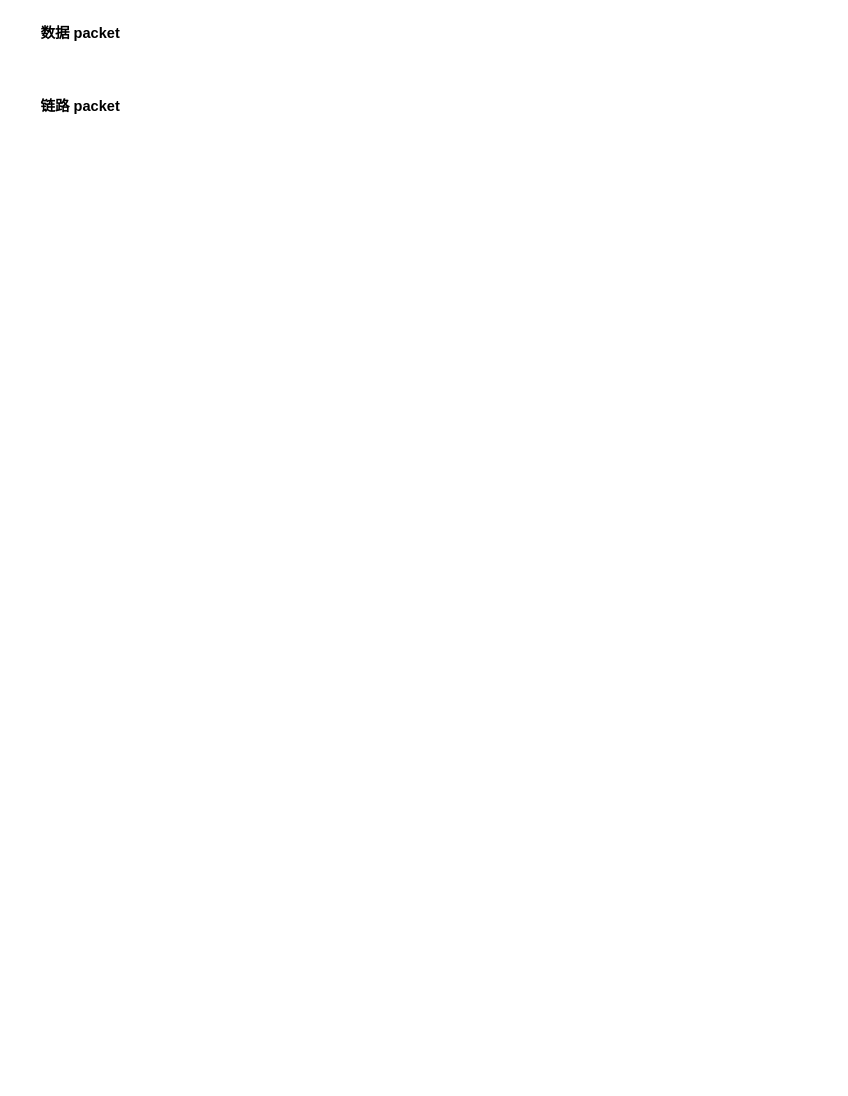
Earlier version of the draw.io diagram page "Page-2" (2 of 2) of RDMA_network.drawio (wehyy/my-world). Source tidied: cells renumbered, new cells numbered last; positions are measured from the earlier drawing's top-left corner, leaving out a move shared by most shapes. Both pictures are drawn from the tidied source at 104%, with x=0, y=0 at pixel (18, 18).
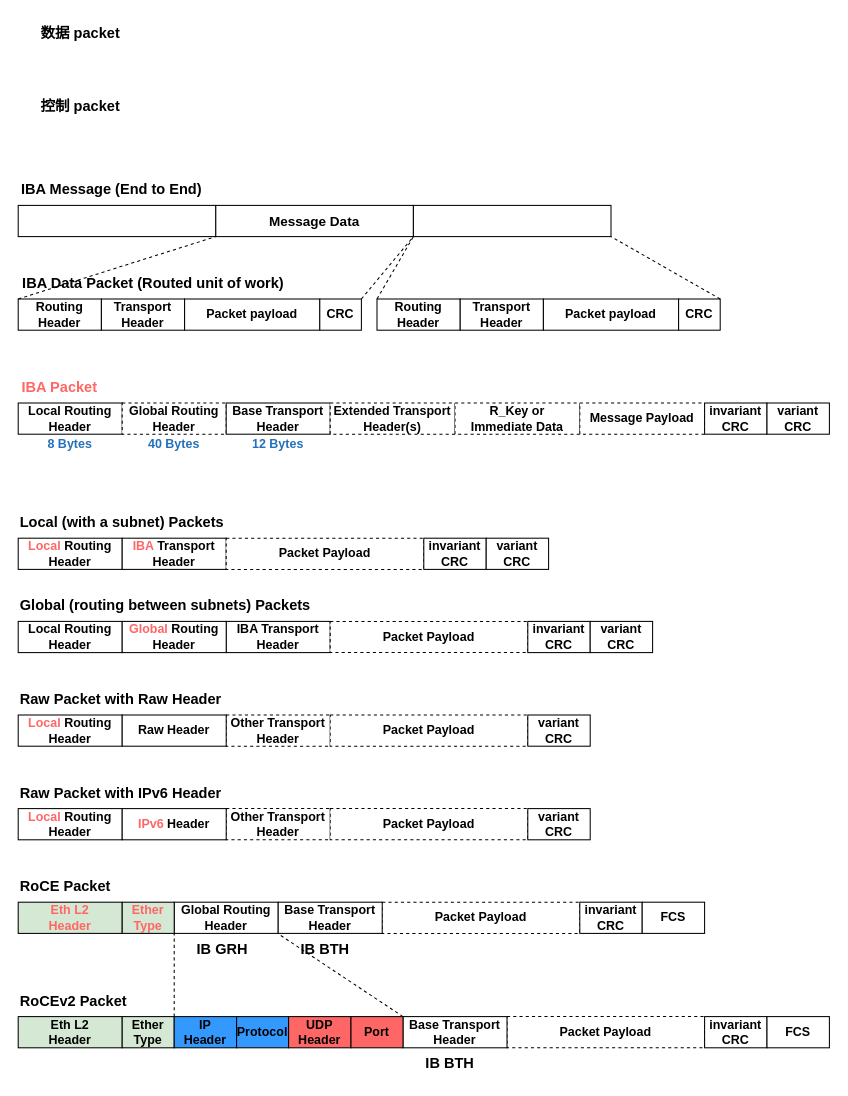
The same page after the edit.

What changed in the source:
```diff
@@
-    <mxCell id="3" value="&lt;b&gt;&lt;font style=&quot;font-size: 14px;&quot;&gt;链路 packet&lt;/font&gt;&lt;/b&gt;" style="text;html=1;strokeColor=none;fillColor=none;align=center;verticalAlign=middle;whiteSpace=wrap;rounded=0;" parent="1" vertex="1">
+    <mxCell id="3" value="&lt;b&gt;&lt;font style=&quot;font-size: 14px;&quot;&gt;控制 packet&lt;/font&gt;&lt;/b&gt;" style="text;html=1;strokeColor=none;fillColor=none;align=center;verticalAlign=middle;whiteSpace=wrap;rounded=0;" parent="1" vertex="1">
       <mxGeometry y="70" width="120" height="30" as="geometry" />
     </mxCell>
+    <mxCell id="4" value="&lt;span style=&quot;font-size: 14px;&quot;&gt;&lt;b&gt;IBA Message (End to End)&lt;/b&gt;&lt;/span&gt;" style="text;html=1;strokeColor=none;fillColor=none;align=center;verticalAlign=middle;whiteSpace=wrap;rounded=0;" parent="1" vertex="1">
+      <mxGeometry y="150" width="180" height="30" as="geometry" />
+    </mxCell>
+    <mxCell id="5" style="group;" parent="1" vertex="1">
+      <mxGeometry y="180" width="570" height="30" as="geometry" />
+    </mxCell>
+    <mxCell id="6" style="rounded=0;whiteSpace=wrap;html=1;" parent="5" vertex="1">
+      <mxGeometry width="190" height="30" as="geometry" />
+    </mxCell>
+    <mxCell id="7" style="rounded=0;whiteSpace=wrap;html=1;" parent="5" vertex="1">
+      <mxGeometry x="190" width="190" height="30" as="geometry" />
+    </mxCell>
+    <mxCell id="8" style="rounded=0;whiteSpace=wrap;html=1;" parent="5" vertex="1">
+      <mxGeometry x="380" width="190" height="30" as="geometry" />
+    </mxCell>
+    <mxCell id="9" value="&lt;b style=&quot;&quot;&gt;&lt;font style=&quot;font-size: 13px;&quot;&gt;Message Data&lt;/font&gt;&lt;/b&gt;" style="text;html=1;strokeColor=none;fillColor=none;align=center;verticalAlign=middle;whiteSpace=wrap;rounded=0;" parent="5" vertex="1">
+      <mxGeometry x="195" width="180" height="30" as="geometry" />
+    </mxCell>
+    <mxCell id="10" value="&lt;span style=&quot;font-size: 14px;&quot;&gt;&lt;b&gt;IBA Data Packet (Routed unit of work)&lt;/b&gt;&lt;/span&gt;" style="text;html=1;strokeColor=none;fillColor=none;align=center;verticalAlign=middle;whiteSpace=wrap;rounded=0;" parent="1" vertex="1">
+      <mxGeometry y="240" width="260" height="30" as="geometry" />
+    </mxCell>
+    <mxCell id="11" style="group;" parent="1" vertex="1">
+      <mxGeometry y="270" width="330" height="30" as="geometry" />
+    </mxCell>
+    <mxCell id="12" value="&lt;b&gt;Routing&lt;br&gt;Header&lt;/b&gt;" style="rounded=0;whiteSpace=wrap;html=1;" parent="11" vertex="1">
+      <mxGeometry width="80" height="30" as="geometry" />
+    </mxCell>
+    <mxCell id="13" value="&lt;b&gt;Transport&lt;br&gt;Header&lt;/b&gt;" style="rounded=0;whiteSpace=wrap;html=1;" parent="11" vertex="1">
+      <mxGeometry x="80" width="80" height="30" as="geometry" />
+    </mxCell>
+    <mxCell id="14" value="&lt;b&gt;Packet payload&lt;/b&gt;" style="rounded=0;whiteSpace=wrap;html=1;" parent="11" vertex="1">
+      <mxGeometry x="160" width="130" height="30" as="geometry" />
+    </mxCell>
+    <mxCell id="15" value="&lt;b&gt;CRC&lt;/b&gt;" style="rounded=0;whiteSpace=wrap;html=1;" parent="11" vertex="1">
+      <mxGeometry x="290" width="40" height="30" as="geometry" />
+    </mxCell>
+    <mxCell id="16" style="group;" parent="1" vertex="1">
+      <mxGeometry x="345" y="270" width="330" height="30" as="geometry" />
+    </mxCell>
+    <mxCell id="17" value="&lt;b&gt;Routing&lt;br&gt;Header&lt;/b&gt;" style="rounded=0;whiteSpace=wrap;html=1;" parent="16" vertex="1">
+      <mxGeometry width="80" height="30" as="geometry" />
+    </mxCell>
+    <mxCell id="18" value="&lt;b&gt;Transport&lt;br&gt;Header&lt;/b&gt;" style="rounded=0;whiteSpace=wrap;html=1;" parent="16" vertex="1">
+      <mxGeometry x="80" width="80" height="30" as="geometry" />
+    </mxCell>
+    <mxCell id="19" value="&lt;b&gt;Packet payload&lt;/b&gt;" style="rounded=0;whiteSpace=wrap;html=1;" parent="16" vertex="1">
+      <mxGeometry x="160" width="130" height="30" as="geometry" />
+    </mxCell>
+    <mxCell id="20" value="&lt;b&gt;CRC&lt;/b&gt;" style="rounded=0;whiteSpace=wrap;html=1;" parent="16" vertex="1">
+      <mxGeometry x="290" width="40" height="30" as="geometry" />
+    </mxCell>
+    <mxCell id="21" style="endArrow=none;dashed=1;html=1;rounded=0;exitX=0;exitY=0;exitDx=0;exitDy=0;" parent="1" edge="1" source="12">
+      <mxGeometry relative="1" as="geometry">
+        <mxPoint x="190" y="210" as="targetPoint" />
+      </mxGeometry>
+    </mxCell>
+    <mxCell id="22" style="endArrow=none;dashed=1;html=1;rounded=0;exitX=1;exitY=0;exitDx=0;exitDy=0;" parent="1" edge="1" source="15">
+      <mxGeometry relative="1" as="geometry">
+        <mxPoint x="380" y="210" as="targetPoint" />
+      </mxGeometry>
+    </mxCell>
+    <mxCell id="23" style="endArrow=none;dashed=1;html=1;rounded=0;exitX=0;exitY=0;exitDx=0;exitDy=0;" parent="1" edge="1" source="17">
+      <mxGeometry relative="1" as="geometry">
+        <mxPoint x="380" y="210" as="targetPoint" />
+      </mxGeometry>
+    </mxCell>
+    <mxCell id="24" style="endArrow=none;dashed=1;html=1;rounded=0;exitX=1;exitY=0;exitDx=0;exitDy=0;" parent="1" edge="1" source="20">
+      <mxGeometry relative="1" as="geometry">
+        <mxPoint x="570" y="210" as="targetPoint" />
+      </mxGeometry>
+    </mxCell>
+    <mxCell id="25" style="group;" parent="1" vertex="1">
+      <mxGeometry y="370" width="780" height="30" as="geometry" />
+    </mxCell>
+    <mxCell id="26" value="&lt;b&gt;Local Routing&lt;br&gt;Header&lt;/b&gt;" style="rounded=0;whiteSpace=wrap;html=1;" parent="25" vertex="1">
+      <mxGeometry width="100" height="30" as="geometry" />
+    </mxCell>
+    <mxCell id="27" value="&lt;b&gt;Global Routing&lt;br&gt;Header&lt;/b&gt;" style="rounded=0;whiteSpace=wrap;html=1;dashed=1;" parent="25" vertex="1">
+      <mxGeometry x="100" width="100" height="30" as="geometry" />
+    </mxCell>
+    <mxCell id="28" value="&lt;b&gt;Base Transport&lt;br&gt;Header&lt;/b&gt;" style="rounded=0;whiteSpace=wrap;html=1;" parent="25" vertex="1">
+      <mxGeometry x="200" width="100" height="30" as="geometry" />
+    </mxCell>
+    <mxCell id="29" value="&lt;b&gt;Extended Transport&lt;br&gt;Header(s)&lt;/b&gt;" style="rounded=0;whiteSpace=wrap;html=1;dashed=1;" parent="25" vertex="1">
+      <mxGeometry x="300" width="120" height="30" as="geometry" />
+    </mxCell>
+    <mxCell id="30" value="&lt;b&gt;R_Key or &lt;br&gt;Immediate Data&lt;/b&gt;" style="rounded=0;whiteSpace=wrap;html=1;dashed=1;" parent="25" vertex="1">
+      <mxGeometry x="420" width="120" height="30" as="geometry" />
+    </mxCell>
+    <mxCell id="31" value="&lt;b&gt;Message Payload&lt;/b&gt;" style="rounded=0;whiteSpace=wrap;html=1;dashed=1;" parent="25" vertex="1">
+      <mxGeometry x="540" width="120" height="30" as="geometry" />
+    </mxCell>
+    <mxCell id="32" value="&lt;b&gt;invariant&lt;br&gt;CRC&lt;br&gt;&lt;/b&gt;" style="rounded=0;whiteSpace=wrap;html=1;" parent="25" vertex="1">
+      <mxGeometry x="660" width="60" height="30" as="geometry" />
+    </mxCell>
+    <mxCell id="33" value="&lt;b&gt;variant&lt;br&gt;CRC&lt;br&gt;&lt;/b&gt;" style="rounded=0;whiteSpace=wrap;html=1;" parent="25" vertex="1">
+      <mxGeometry x="720" width="60" height="30" as="geometry" />
+    </mxCell>
+    <mxCell id="34" value="&lt;span style=&quot;font-size: 14px;&quot;&gt;&lt;b&gt;&lt;font color=&quot;#ff6666&quot;&gt;IBA Packet&lt;/font&gt;&lt;/b&gt;&lt;/span&gt;" style="text;html=1;strokeColor=none;fillColor=none;align=center;verticalAlign=middle;whiteSpace=wrap;rounded=0;" parent="1" vertex="1">
+      <mxGeometry y="340" width="80" height="30" as="geometry" />
+    </mxCell>
+    <mxCell id="35" value="&lt;span style=&quot;font-size: 14px;&quot;&gt;&lt;b&gt;Local (with a subnet) Packets&lt;/b&gt;&lt;/span&gt;" style="text;html=1;strokeColor=none;fillColor=none;align=center;verticalAlign=middle;whiteSpace=wrap;rounded=0;" parent="1" vertex="1">
+      <mxGeometry y="470" width="200" height="30" as="geometry" />
+    </mxCell>
+    <mxCell id="36" value="&lt;span style=&quot;font-size: 14px;&quot;&gt;&lt;b&gt;Global (routing between subnets) Packets&lt;/b&gt;&lt;/span&gt;" style="text;html=1;strokeColor=none;fillColor=none;align=left;verticalAlign=middle;whiteSpace=wrap;rounded=0;" parent="1" vertex="1">
+      <mxGeometry y="550" width="300" height="30" as="geometry" />
+    </mxCell>
+    <mxCell id="37" style="group;" parent="1" vertex="1">
+      <mxGeometry y="500" width="510" height="30" as="geometry" />
+    </mxCell>
+    <mxCell id="38" value="&lt;b&gt;&lt;font color=&quot;#ff6666&quot;&gt;Local&lt;/font&gt; Routing&lt;br&gt;Header&lt;/b&gt;" style="rounded=0;whiteSpace=wrap;html=1;" parent="37" vertex="1">
+      <mxGeometry width="100" height="30" as="geometry" />
+    </mxCell>
+    <mxCell id="39" value="&lt;b&gt;&lt;font color=&quot;#ff6666&quot;&gt;IBA&lt;/font&gt; Transport&lt;br&gt;Header&lt;/b&gt;" style="rounded=0;whiteSpace=wrap;html=1;" parent="37" vertex="1">
+      <mxGeometry x="100" width="100" height="30" as="geometry" />
+    </mxCell>
+    <mxCell id="40" value="&lt;b&gt;Packet Payload&lt;/b&gt;" style="rounded=0;whiteSpace=wrap;html=1;dashed=1;" parent="37" vertex="1">
+      <mxGeometry x="200" width="190" height="30" as="geometry" />
+    </mxCell>
+    <mxCell id="41" value="&lt;b&gt;invariant&lt;br&gt;CRC&lt;br&gt;&lt;/b&gt;" style="rounded=0;whiteSpace=wrap;html=1;" parent="37" vertex="1">
+      <mxGeometry x="390" width="60" height="30" as="geometry" />
+    </mxCell>
+    <mxCell id="42" value="&lt;b&gt;variant&lt;br&gt;CRC&lt;br&gt;&lt;/b&gt;" style="rounded=0;whiteSpace=wrap;html=1;" parent="37" vertex="1">
+      <mxGeometry x="450" width="60" height="30" as="geometry" />
+    </mxCell>
+    <mxCell id="43" value="&lt;span style=&quot;font-size: 14px;&quot;&gt;&lt;b&gt;Raw Packet with Raw Header&lt;/b&gt;&lt;/span&gt;" style="text;html=1;strokeColor=none;fillColor=none;align=left;verticalAlign=middle;whiteSpace=wrap;rounded=0;" parent="1" vertex="1">
+      <mxGeometry y="640" width="300" height="30" as="geometry" />
+    </mxCell>
+    <mxCell id="44" value="&lt;span style=&quot;font-size: 14px;&quot;&gt;&lt;b&gt;Raw Packet with IPv6 Header&lt;/b&gt;&lt;/span&gt;" style="text;html=1;strokeColor=none;fillColor=none;align=left;verticalAlign=middle;whiteSpace=wrap;rounded=0;" parent="1" vertex="1">
+      <mxGeometry y="730" width="300" height="30" as="geometry" />
+    </mxCell>
+    <mxCell id="45" style="group;" parent="1" vertex="1">
+      <mxGeometry y="670" width="550" height="30" as="geometry" />
+    </mxCell>
+    <mxCell id="46" value="&lt;b&gt;&lt;font color=&quot;#ff6666&quot;&gt;Local&lt;/font&gt; Routing&lt;br&gt;Header&lt;/b&gt;" style="rounded=0;whiteSpace=wrap;html=1;" parent="45" vertex="1">
+      <mxGeometry width="100" height="30" as="geometry" />
+    </mxCell>
+    <mxCell id="47" value="&lt;b&gt;Other Transport&lt;br&gt;Header&lt;/b&gt;" style="rounded=0;whiteSpace=wrap;html=1;dashed=1;" parent="45" vertex="1">
+      <mxGeometry x="200" width="100" height="30" as="geometry" />
+    </mxCell>
+    <mxCell id="48" value="&lt;b&gt;Packet Payload&lt;/b&gt;" style="rounded=0;whiteSpace=wrap;html=1;dashed=1;" parent="45" vertex="1">
+      <mxGeometry x="300" width="190" height="30" as="geometry" />
+    </mxCell>
+    <mxCell id="49" value="&lt;b&gt;variant&lt;br&gt;CRC&lt;br&gt;&lt;/b&gt;" style="rounded=0;whiteSpace=wrap;html=1;" parent="45" vertex="1">
+      <mxGeometry x="490" width="60" height="30" as="geometry" />
+    </mxCell>
+    <mxCell id="50" value="&lt;b&gt;Raw&amp;nbsp;Header&lt;/b&gt;" style="rounded=0;whiteSpace=wrap;html=1;" parent="45" vertex="1">
+      <mxGeometry x="100" width="100" height="30" as="geometry" />
+    </mxCell>
+    <mxCell id="51" style="group;" parent="1" vertex="1">
+      <mxGeometry y="760" width="550" height="30" as="geometry" />
+    </mxCell>
+    <mxCell id="52" value="&lt;b&gt;&lt;font color=&quot;#ff6666&quot;&gt;Local&lt;/font&gt; Routing&lt;br&gt;Header&lt;/b&gt;" style="rounded=0;whiteSpace=wrap;html=1;" parent="51" vertex="1">
+      <mxGeometry width="100" height="30" as="geometry" />
+    </mxCell>
+    <mxCell id="53" value="&lt;b&gt;Other Transport&lt;br&gt;Header&lt;/b&gt;" style="rounded=0;whiteSpace=wrap;html=1;dashed=1;" parent="51" vertex="1">
+      <mxGeometry x="200" width="100" height="30" as="geometry" />
+    </mxCell>
+    <mxCell id="54" value="&lt;b&gt;Packet Payload&lt;/b&gt;" style="rounded=0;whiteSpace=wrap;html=1;dashed=1;" parent="51" vertex="1">
+      <mxGeometry x="300" width="190" height="30" as="geometry" />
+    </mxCell>
+    <mxCell id="55" value="&lt;b&gt;variant&lt;br&gt;CRC&lt;br&gt;&lt;/b&gt;" style="rounded=0;whiteSpace=wrap;html=1;" parent="51" vertex="1">
+      <mxGeometry x="490" width="60" height="30" as="geometry" />
+    </mxCell>
+    <mxCell id="56" value="&lt;b&gt;&lt;font color=&quot;#ff6666&quot;&gt;IPv6&lt;/font&gt; Header&lt;/b&gt;" style="rounded=0;whiteSpace=wrap;html=1;" parent="51" vertex="1">
+      <mxGeometry x="100" width="100" height="30" as="geometry" />
+    </mxCell>
+    <mxCell id="57" style="group;" parent="1" vertex="1">
+      <mxGeometry y="580" width="610" height="30" as="geometry" />
+    </mxCell>
+    <mxCell id="58" value="&lt;b&gt;Local Routing&lt;br&gt;Header&lt;/b&gt;" style="rounded=0;whiteSpace=wrap;html=1;" parent="57" vertex="1">
+      <mxGeometry width="100" height="30" as="geometry" />
+    </mxCell>
+    <mxCell id="59" value="&lt;b&gt;IBA Transport&lt;br&gt;Header&lt;/b&gt;" style="rounded=0;whiteSpace=wrap;html=1;" parent="57" vertex="1">
+      <mxGeometry x="200" width="100" height="30" as="geometry" />
+    </mxCell>
+    <mxCell id="60" value="&lt;b&gt;Packet Payload&lt;/b&gt;" style="rounded=0;whiteSpace=wrap;html=1;dashed=1;" parent="57" vertex="1">
+      <mxGeometry x="300" width="190" height="30" as="geometry" />
+    </mxCell>
+    <mxCell id="61" value="&lt;b&gt;invariant&lt;br&gt;CRC&lt;br&gt;&lt;/b&gt;" style="rounded=0;whiteSpace=wrap;html=1;" parent="57" vertex="1">
+      <mxGeometry x="490" width="60" height="30" as="geometry" />
+    </mxCell>
+    <mxCell id="62" value="&lt;b&gt;variant&lt;br&gt;CRC&lt;br&gt;&lt;/b&gt;" style="rounded=0;whiteSpace=wrap;html=1;" parent="57" vertex="1">
+      <mxGeometry x="550" width="60" height="30" as="geometry" />
+    </mxCell>
+    <mxCell id="63" value="&lt;b&gt;&lt;font color=&quot;#ff6666&quot;&gt;Global&lt;/font&gt; Routing&lt;br&gt;Header&lt;/b&gt;" style="rounded=0;whiteSpace=wrap;html=1;" parent="57" vertex="1">
+      <mxGeometry x="100" width="100" height="30" as="geometry" />
+    </mxCell>
+    <mxCell id="64" value="&lt;b&gt;&lt;font color=&quot;#2570ba&quot;&gt;8 Bytes&lt;/font&gt;&lt;/b&gt;" style="text;html=1;strokeColor=none;fillColor=none;align=center;verticalAlign=middle;whiteSpace=wrap;rounded=0;" parent="1" vertex="1">
+      <mxGeometry x="20" y="400" width="60" height="20" as="geometry" />
+    </mxCell>
+    <mxCell id="65" value="&lt;b&gt;&lt;font color=&quot;#2570ba&quot;&gt;40 Bytes&lt;/font&gt;&lt;/b&gt;" style="text;html=1;strokeColor=none;fillColor=none;align=center;verticalAlign=middle;whiteSpace=wrap;rounded=0;" parent="1" vertex="1">
+      <mxGeometry x="120" y="400" width="60" height="20" as="geometry" />
+    </mxCell>
+    <mxCell id="66" value="&lt;b&gt;&lt;font color=&quot;#2570ba&quot;&gt;12 Bytes&lt;/font&gt;&lt;/b&gt;" style="text;html=1;strokeColor=none;fillColor=none;align=center;verticalAlign=middle;whiteSpace=wrap;rounded=0;" parent="1" vertex="1">
+      <mxGeometry x="220" y="400" width="60" height="20" as="geometry" />
+    </mxCell>
+    <mxCell id="67" value="&lt;span style=&quot;font-size: 14px;&quot;&gt;&lt;b&gt;RoCE Packet&lt;/b&gt;&lt;/span&gt;" style="text;html=1;strokeColor=none;fillColor=none;align=left;verticalAlign=middle;whiteSpace=wrap;rounded=0;" parent="1" vertex="1">
+      <mxGeometry y="820" width="300" height="30" as="geometry" />
+    </mxCell>
+    <mxCell id="68" value="&lt;font color=&quot;#ff6666&quot;&gt;&lt;b&gt;Eth L2&lt;br&gt;Header&lt;br&gt;&lt;/b&gt;&lt;/font&gt;" style="rounded=0;whiteSpace=wrap;html=1;fillColor=#D5E8D4;" parent="1" vertex="1">
+      <mxGeometry y="850" width="100" height="30" as="geometry" />
+    </mxCell>
+    <mxCell id="69" value="&lt;b&gt;Packet Payload&lt;/b&gt;" style="rounded=0;whiteSpace=wrap;html=1;dashed=1;" parent="1" vertex="1">
+      <mxGeometry x="350" y="850" width="190" height="30" as="geometry" />
+    </mxCell>
+    <mxCell id="70" value="&lt;b&gt;invariant&lt;br&gt;CRC&lt;br&gt;&lt;/b&gt;" style="rounded=0;whiteSpace=wrap;html=1;" parent="1" vertex="1">
+      <mxGeometry x="540" y="850" width="60" height="30" as="geometry" />
+    </mxCell>
+    <mxCell id="71" value="&lt;b&gt;Global Routing&lt;br&gt;Header&lt;/b&gt;" style="rounded=0;whiteSpace=wrap;html=1;" parent="1" vertex="1">
+      <mxGeometry x="150" y="850" width="100" height="30" as="geometry" />
+    </mxCell>
+    <mxCell id="72" value="&lt;font color=&quot;#ff6666&quot;&gt;&lt;b&gt;Ether Type&lt;br&gt;&lt;/b&gt;&lt;/font&gt;" style="rounded=0;whiteSpace=wrap;html=1;fillColor=#D5E8D4;" parent="1" vertex="1">
+      <mxGeometry x="100" y="850" width="50" height="30" as="geometry" />
+    </mxCell>
+    <mxCell id="73" value="&lt;b&gt;Base Transport&lt;br&gt;Header&lt;/b&gt;" style="rounded=0;whiteSpace=wrap;html=1;" parent="1" vertex="1">
+      <mxGeometry x="250" y="850" width="100" height="30" as="geometry" />
+    </mxCell>
+    <mxCell id="74" value="&lt;b style=&quot;&quot;&gt;&lt;font style=&quot;font-size: 14px;&quot;&gt;IB GRH&lt;/font&gt;&lt;/b&gt;" style="text;html=1;strokeColor=none;fillColor=none;align=left;verticalAlign=middle;whiteSpace=wrap;rounded=0;" parent="1" vertex="1">
+      <mxGeometry x="170" y="880" width="60" height="30" as="geometry" />
+    </mxCell>
+    <mxCell id="75" value="&lt;b style=&quot;&quot;&gt;&lt;font style=&quot;font-size: 14px;&quot;&gt;IB BTH&lt;/font&gt;&lt;/b&gt;" style="text;html=1;strokeColor=none;fillColor=none;align=left;verticalAlign=middle;whiteSpace=wrap;rounded=0;" parent="1" vertex="1">
+      <mxGeometry x="270" y="880" width="60" height="30" as="geometry" />
+    </mxCell>
+    <mxCell id="76" value="&lt;b&gt;FCS&lt;br&gt;&lt;/b&gt;" style="rounded=0;whiteSpace=wrap;html=1;" parent="1" vertex="1">
+      <mxGeometry x="600" y="850" width="60" height="30" as="geometry" />
+    </mxCell>
+    <mxCell id="77" value="&lt;b style=&quot;&quot;&gt;Eth L2&lt;br&gt;Header&lt;br&gt;&lt;/b&gt;" style="rounded=0;whiteSpace=wrap;html=1;fillColor=#D5E8D4;" parent="1" vertex="1">
+      <mxGeometry y="960" width="100" height="30" as="geometry" />
+    </mxCell>
+    <mxCell id="78" value="&lt;b&gt;Packet Payload&lt;/b&gt;" style="rounded=0;whiteSpace=wrap;html=1;dashed=1;" parent="1" vertex="1">
+      <mxGeometry x="470" y="960" width="190" height="30" as="geometry" />
+    </mxCell>
+    <mxCell id="79" value="&lt;b&gt;invariant&lt;br&gt;CRC&lt;br&gt;&lt;/b&gt;" style="rounded=0;whiteSpace=wrap;html=1;" parent="1" vertex="1">
+      <mxGeometry x="660" y="960" width="60" height="30" as="geometry" />
+    </mxCell>
+    <mxCell id="80" value="&lt;b style=&quot;&quot;&gt;Ether Type&lt;br&gt;&lt;/b&gt;" style="rounded=0;whiteSpace=wrap;html=1;fillColor=#D5E8D4;" parent="1" vertex="1">
+      <mxGeometry x="100" y="960" width="50" height="30" as="geometry" />
+    </mxCell>
+    <mxCell id="81" value="&lt;b&gt;Base Transport&lt;br&gt;Header&lt;/b&gt;" style="rounded=0;whiteSpace=wrap;html=1;" parent="1" vertex="1">
+      <mxGeometry x="370" y="960" width="100" height="30" as="geometry" />
+    </mxCell>
+    <mxCell id="82" value="&lt;b style=&quot;&quot;&gt;&lt;font style=&quot;font-size: 14px;&quot;&gt;IB BTH&lt;/font&gt;&lt;/b&gt;" style="text;html=1;strokeColor=none;fillColor=none;align=left;verticalAlign=middle;whiteSpace=wrap;rounded=0;" parent="1" vertex="1">
+      <mxGeometry x="390" y="990" width="60" height="30" as="geometry" />
+    </mxCell>
+    <mxCell id="83" value="&lt;b&gt;FCS&lt;br&gt;&lt;/b&gt;" style="rounded=0;whiteSpace=wrap;html=1;" parent="1" vertex="1">
+      <mxGeometry x="720" y="960" width="60" height="30" as="geometry" />
+    </mxCell>
+    <mxCell id="84" value="&lt;span style=&quot;font-size: 14px;&quot;&gt;&lt;b&gt;RoCEv2 Packet&lt;/b&gt;&lt;/span&gt;" style="text;html=1;strokeColor=none;fillColor=none;align=left;verticalAlign=middle;whiteSpace=wrap;rounded=0;" parent="1" vertex="1">
+      <mxGeometry y="930" width="300" height="30" as="geometry" />
+    </mxCell>
+    <mxCell id="85" value="&lt;b style=&quot;&quot;&gt;IP&lt;br&gt;Header&lt;br&gt;&lt;/b&gt;" style="rounded=0;whiteSpace=wrap;html=1;fillColor=#3399FF;" parent="1" vertex="1">
+      <mxGeometry x="150" y="960" width="60" height="30" as="geometry" />
+    </mxCell>
+    <mxCell id="86" value="&lt;b style=&quot;&quot;&gt;Protocol&lt;br&gt;&lt;/b&gt;" style="rounded=0;whiteSpace=wrap;html=1;fillColor=#3399FF;" parent="1" vertex="1">
+      <mxGeometry x="210" y="960" width="50" height="30" as="geometry" />
+    </mxCell>
+    <mxCell id="87" value="&lt;b style=&quot;&quot;&gt;UDP&lt;br&gt;Header&lt;br&gt;&lt;/b&gt;" style="rounded=0;whiteSpace=wrap;html=1;fillColor=#FF6666;" parent="1" vertex="1">
+      <mxGeometry x="260" y="960" width="60" height="30" as="geometry" />
+    </mxCell>
+    <mxCell id="88" value="&lt;b style=&quot;&quot;&gt;Port&lt;br&gt;&lt;/b&gt;" style="rounded=0;whiteSpace=wrap;html=1;fillColor=#FF6666;" parent="1" vertex="1">
+      <mxGeometry x="320" y="960" width="50" height="30" as="geometry" />
+    </mxCell>
+    <mxCell id="89" style="endArrow=none;dashed=1;html=1;rounded=0;exitX=0.5;exitY=1;exitDx=0;exitDy=0;" parent="1" edge="1" source="84">
+      <mxGeometry relative="1" as="geometry">
+        <mxPoint x="150" y="880" as="targetPoint" />
+      </mxGeometry>
+    </mxCell>
+    <mxCell id="90" style="endArrow=none;dashed=1;html=1;rounded=0;exitX=1;exitY=0;exitDx=0;exitDy=0;" parent="1" edge="1" source="88">
+      <mxGeometry relative="1" as="geometry">
+        <mxPoint x="249.4" y="880" as="targetPoint" />
+      </mxGeometry>
+    </mxCell>
```
